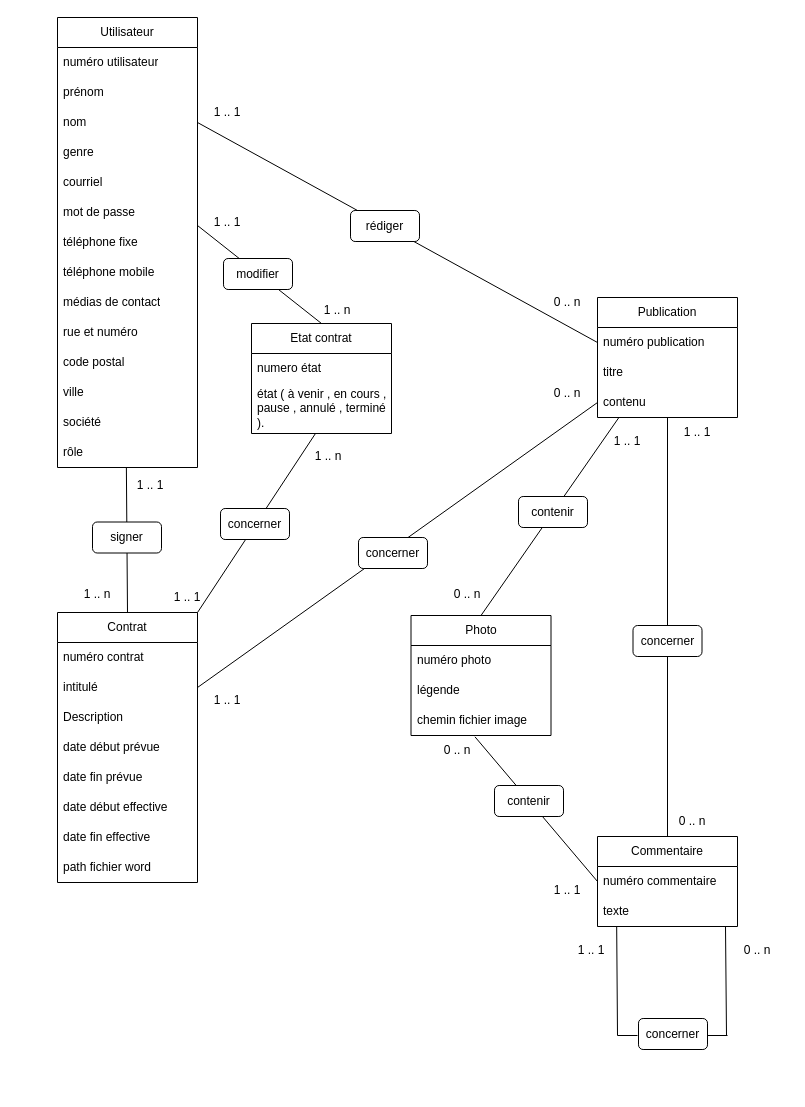
Before: MCD.drawio in Georges-github/Stage_chez_CLO, a draw.io diagram. Source tidied: cells renumbered, new cells numbered last; positions are measured from the earlier drawing's top-left corner, leaving out a move shared by most shapes. Both pictures are drawn from the tidied source at 100%, with x=0, y=0 at pixel (57, 17).
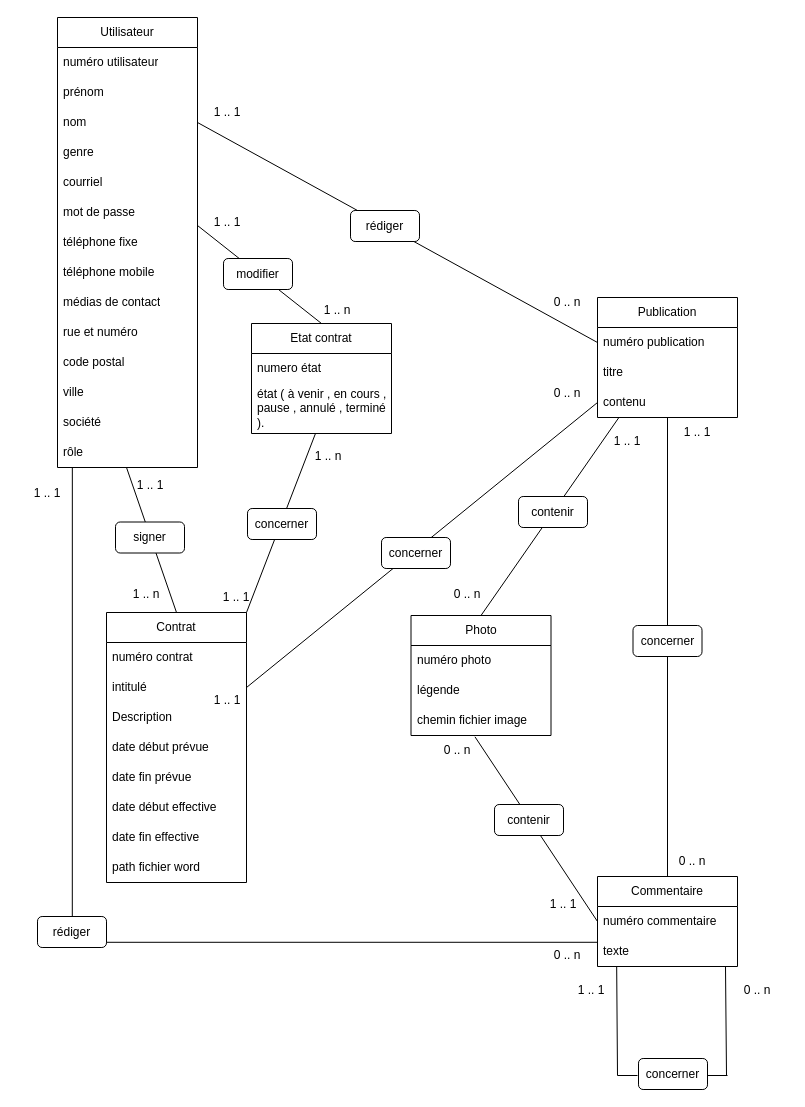
After the change.

Unchanged cells that the change refers to:
```xml
<mxCell id="16" value="rôle" style="text;strokeColor=none;fillColor=none;align=left;verticalAlign=middle;spacingLeft=4;spacingRight=4;overflow=hidden;points=[[0,0.5],[1,0.5]];portConstraint=eastwest;whiteSpace=wrap;html=1;" parent="2" vertex="1">
  <mxGeometry y="420" width="140" height="30" as="geometry" />
</mxCell>
<mxCell id="32" value="texte" style="text;strokeColor=none;fillColor=none;align=left;verticalAlign=middle;spacingLeft=4;spacingRight=4;overflow=hidden;points=[[0,0.5],[1,0.5]];portConstraint=eastwest;whiteSpace=wrap;html=1;" parent="30" vertex="1">
  <mxGeometry y="60" width="140" height="30" as="geometry" />
</mxCell>
```

Change to the diagram source:
```diff
@@
     <mxCell id="17" value="Contrat" style="swimlane;fontStyle=0;horizontal=1;startSize=30;whiteSpace=wrap;html=1;" parent="1" vertex="1">
-      <mxGeometry y="595" width="140" height="270" as="geometry" />
+      <mxGeometry x="49" y="595" width="140" height="270" as="geometry" />
     </mxCell>
@@
     <mxCell id="30" value="Commentaire" style="swimlane;fontStyle=0;horizontal=1;startSize=30;whiteSpace=wrap;html=1;" parent="1" vertex="1">
-      <mxGeometry x="540" y="819" width="140" height="90" as="geometry" />
+      <mxGeometry x="540" y="859" width="140" height="90" as="geometry" />
     </mxCell>
@@
     <mxCell id="38" value="1 .. n" style="text;html=1;align=center;verticalAlign=middle;whiteSpace=wrap;rounded=0;" parent="1" vertex="1">
-      <mxGeometry x="10" y="562" width="60" height="30" as="geometry" />
+      <mxGeometry x="59" y="562" width="60" height="30" as="geometry" />
     </mxCell>
@@
     <mxCell id="47" value="0 .. n" style="text;html=1;align=center;verticalAlign=middle;whiteSpace=wrap;rounded=0;" parent="1" vertex="1">
-      <mxGeometry x="605" y="789" width="60" height="30" as="geometry" />
+      <mxGeometry x="605" y="829" width="60" height="30" as="geometry" />
     </mxCell>
@@
     <mxCell id="50" value="1 .. 1" style="text;html=1;align=center;verticalAlign=middle;whiteSpace=wrap;rounded=0;" parent="1" vertex="1">
-      <mxGeometry x="480" y="858" width="60" height="30" as="geometry" />
+      <mxGeometry x="475.5" y="872" width="60" height="30" as="geometry" />
     </mxCell>
     <mxCell id="51" style="endArrow=none;html=1;entryX=0.137;entryY=0.998;entryDx=0;entryDy=0;entryPerimeter=0;" parent="1" edge="1" target="32">
       <mxGeometry relative="1" as="geometry">
-        <mxPoint x="560" y="1018" as="sourcePoint" />
+        <mxPoint x="560" y="1058" as="sourcePoint" />
       </mxGeometry>
     </mxCell>
     <mxCell id="52" style="endArrow=none;html=1;" parent="1" edge="1">
       <mxGeometry relative="1" as="geometry">
-        <mxPoint x="580" y="1018" as="sourcePoint" />
-        <mxPoint x="560" y="1018" as="targetPoint" />
+        <mxPoint x="580" y="1058" as="sourcePoint" />
+        <mxPoint x="560" y="1058" as="targetPoint" />
       </mxGeometry>
     </mxCell>
     <mxCell id="53" style="endArrow=none;html=1;entryX=0.137;entryY=0.998;entryDx=0;entryDy=0;entryPerimeter=0;" parent="1" edge="1">
       <mxGeometry relative="1" as="geometry">
-        <mxPoint x="669" y="1018" as="sourcePoint" />
-        <mxPoint x="668" y="909" as="targetPoint" />
+        <mxPoint x="669" y="1058" as="sourcePoint" />
+        <mxPoint x="668" y="949" as="targetPoint" />
       </mxGeometry>
     </mxCell>
     <mxCell id="54" style="endArrow=none;html=1;" parent="1" edge="1">
       <mxGeometry relative="1" as="geometry">
-        <mxPoint x="670" y="1018" as="sourcePoint" />
-        <mxPoint x="650" y="1018" as="targetPoint" />
+        <mxPoint x="670" y="1058" as="sourcePoint" />
+        <mxPoint x="650" y="1058" as="targetPoint" />
       </mxGeometry>
     </mxCell>
     <mxCell id="55" value="0 .. n" style="text;html=1;align=center;verticalAlign=middle;whiteSpace=wrap;rounded=0;" parent="1" vertex="1">
-      <mxGeometry x="670" y="918" width="60" height="30" as="geometry" />
+      <mxGeometry x="670" y="958" width="60" height="30" as="geometry" />
     </mxCell>
     <mxCell id="56" value="1 .. 1" style="text;html=1;align=center;verticalAlign=middle;whiteSpace=wrap;rounded=0;" parent="1" vertex="1">
-      <mxGeometry x="504" y="918" width="60" height="30" as="geometry" />
+      <mxGeometry x="504" y="958" width="60" height="30" as="geometry" />
     </mxCell>
@@
     <mxCell id="59" value="signer" style="rounded=1;whiteSpace=wrap;html=1;" parent="1" vertex="1">
-      <mxGeometry x="35" y="504.5" width="69" height="31" as="geometry" />
+      <mxGeometry x="58" y="504.5" width="69" height="31" as="geometry" />
     </mxCell>
     <mxCell id="60" value="contenir" style="rounded=1;whiteSpace=wrap;html=1;" parent="1" vertex="1">
-      <mxGeometry x="437" y="768" width="69" height="31" as="geometry" />
+      <mxGeometry x="437" y="787" width="69" height="31" as="geometry" />
     </mxCell>
     <mxCell id="61" value="concerner" style="rounded=1;whiteSpace=wrap;html=1;" parent="1" vertex="1">
-      <mxGeometry x="581" y="1001" width="69" height="31" as="geometry" />
+      <mxGeometry x="581" y="1041" width="69" height="31" as="geometry" />
     </mxCell>
@@
     <mxCell id="64" value="concerner" style="rounded=1;whiteSpace=wrap;html=1;" parent="1" vertex="1">
-      <mxGeometry x="301" y="520" width="69" height="31" as="geometry" />
+      <mxGeometry x="324" y="520" width="69" height="31" as="geometry" />
     </mxCell>
@@
     <mxCell id="70" value="concerner" style="rounded=1;whiteSpace=wrap;html=1;" parent="1" vertex="1">
-      <mxGeometry x="163" y="491" width="69" height="31" as="geometry" />
+      <mxGeometry x="190" y="491" width="69" height="31" as="geometry" />
     </mxCell>
@@
     <mxCell id="72" value="1 .. 1" style="text;html=1;align=center;verticalAlign=middle;whiteSpace=wrap;rounded=0;" parent="1" vertex="1">
-      <mxGeometry x="100" y="565" width="60" height="30" as="geometry" />
+      <mxGeometry x="149" y="565" width="60" height="30" as="geometry" />
     </mxCell>
@@
+    <mxCell id="80" style="edgeStyle=segmentEdgeStyle;endArrow=none;html=1;curved=0;rounded=0;endSize=8;startSize=8;exitX=-0.003;exitY=0.193;exitDx=0;exitDy=0;exitPerimeter=0;entryX=0.106;entryY=1.013;entryDx=0;entryDy=0;entryPerimeter=0;endFill=0;" parent="1" edge="1" source="84" target="16">
+      <mxGeometry relative="1" as="geometry" />
+    </mxCell>
+    <mxCell id="81" value="0 .. n" style="text;html=1;align=center;verticalAlign=middle;whiteSpace=wrap;rounded=0;" parent="1" vertex="1">
+      <mxGeometry x="480" y="923" width="60" height="30" as="geometry" />
+    </mxCell>
+    <mxCell id="82" value="1 .. 1" style="text;html=1;align=center;verticalAlign=middle;whiteSpace=wrap;rounded=0;" parent="1" vertex="1">
+      <mxGeometry x="-40" y="461" width="60" height="30" as="geometry" />
+    </mxCell>
+    <mxCell id="83" style="edgeStyle=segmentEdgeStyle;endArrow=none;html=1;curved=0;rounded=0;endSize=8;startSize=8;exitX=-0.003;exitY=0.193;exitDx=0;exitDy=0;exitPerimeter=0;entryX=0.106;entryY=1.013;entryDx=0;entryDy=0;entryPerimeter=0;endFill=0;" parent="1" edge="1" source="32" target="84">
+      <mxGeometry relative="1" as="geometry" />
+    </mxCell>
+    <mxCell id="84" value="rédiger" style="rounded=1;whiteSpace=wrap;html=1;" parent="1" vertex="1">
+      <mxGeometry x="-20" y="899" width="69" height="31" as="geometry" />
+    </mxCell>
```
